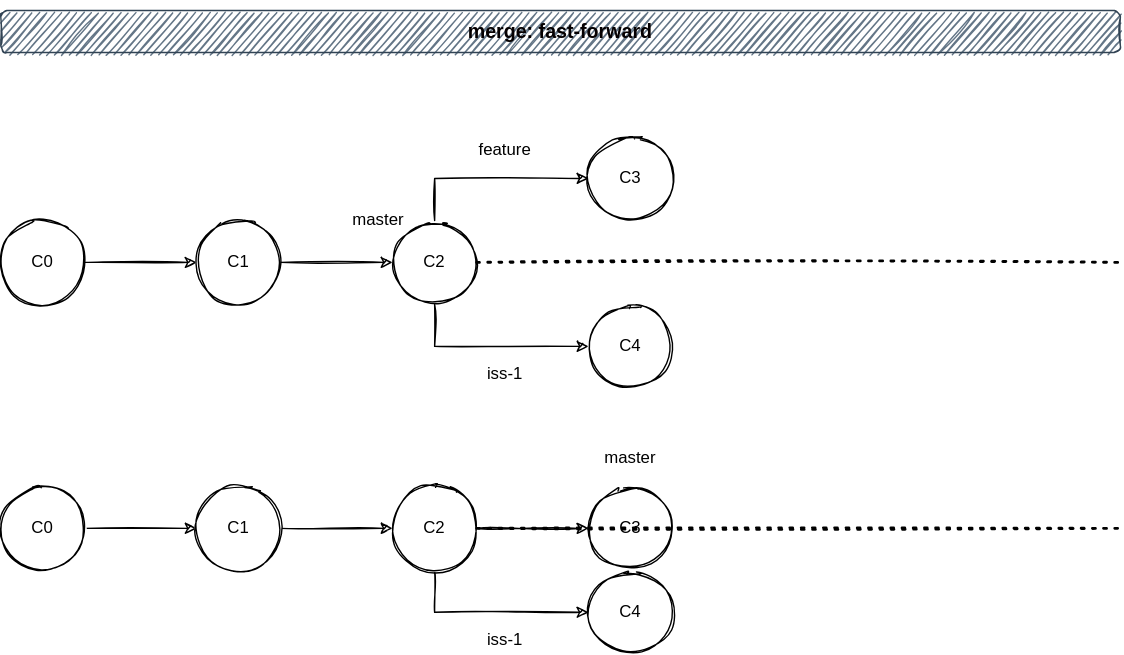
cd-home/Root keeps this draw.io diagram as 03-工作环境/images/merge.svg. Above is the earlier version. Source tidied: cells renumbered, new cells last; positions are measured from the earlier drawing's top-left corner, leaving out a move shared by most shapes.
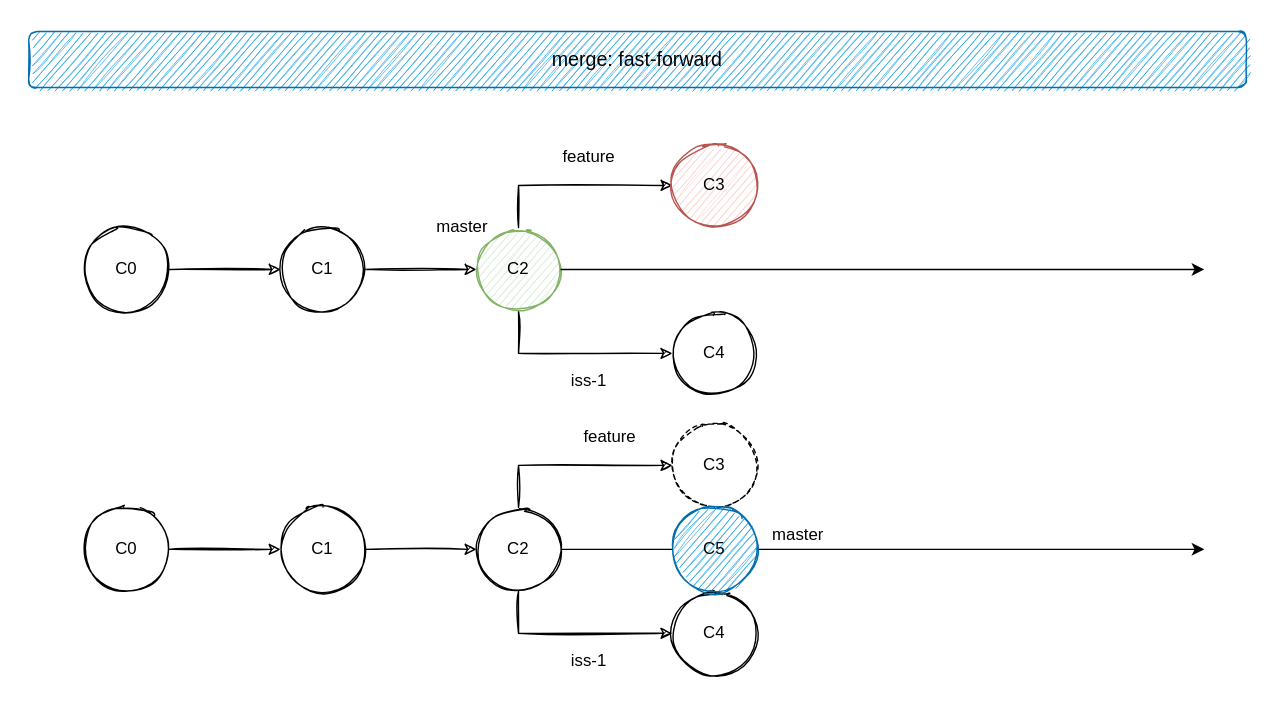
Later version of the same file.

Diff of the diagram source:
```diff
@@ -2,8 +2,8 @@
   <root>
     <mxCell id="0" />
     <mxCell id="1" parent="0" />
-    <mxCell id="2" value="&lt;h3&gt;&lt;font color=&quot;#050001&quot;&gt;merge: fast-forward&lt;/font&gt;&lt;/h3&gt;" style="rounded=1;whiteSpace=wrap;html=1;fillColor=#647687;strokeColor=#314354;fontColor=#ffffff;sketch=1;" parent="1" vertex="1">
-      <mxGeometry width="800" height="30" as="geometry" />
+    <mxCell id="2" value="&lt;h3&gt;&lt;font style=&quot;font-weight: normal;&quot; color=&quot;#050001&quot;&gt;merge: fast-forward&lt;/font&gt;&lt;/h3&gt;" style="rounded=1;whiteSpace=wrap;html=1;sketch=1;fillColor=#1ba1e2;fontColor=#ffffff;strokeColor=#006EAF;" parent="1" vertex="1">
+      <mxGeometry x="-40" y="10" width="870" height="40" as="geometry" />
     </mxCell>
     <mxCell id="3" style="edgeStyle=orthogonalEdgeStyle;rounded=0;jettySize=auto;html=1;sketch=1;" parent="1" edge="1" source="4" target="6">
       <mxGeometry relative="1" as="geometry" />
@@ -31,13 +31,13 @@
         </Array>
       </mxGeometry>
     </mxCell>
-    <mxCell id="9" value="C2" style="ellipse;whiteSpace=wrap;html=1;fillColor=#FFFFFF;sketch=1;" parent="1" vertex="1">
+    <mxCell id="9" value="C2" style="ellipse;whiteSpace=wrap;html=1;fillColor=#d5e8d4;sketch=1;strokeColor=#82b366;" parent="1" vertex="1">
       <mxGeometry x="280" y="150" width="60" height="60" as="geometry" />
     </mxCell>
     <mxCell id="10" value="C4" style="ellipse;whiteSpace=wrap;html=1;fillColor=#FFFFFF;sketch=1;" parent="1" vertex="1">
       <mxGeometry x="420" y="210" width="60" height="60" as="geometry" />
     </mxCell>
-    <mxCell id="11" value="C3" style="ellipse;whiteSpace=wrap;html=1;fillColor=#FFFFFF;sketch=1;" parent="1" vertex="1">
+    <mxCell id="11" value="C3" style="ellipse;whiteSpace=wrap;html=1;fillColor=#f8cecc;sketch=1;strokeColor=#b85450;" parent="1" vertex="1">
       <mxGeometry x="420" y="90" width="60" height="60" as="geometry" />
     </mxCell>
     <mxCell id="12" value="master" style="text;html=1;strokeColor=none;fillColor=none;align=center;verticalAlign=middle;whiteSpace=wrap;rounded=0;sketch=1;" parent="1" vertex="1">
@@ -49,57 +49,65 @@
     <mxCell id="14" value="iss-1" style="text;html=1;align=center;verticalAlign=middle;strokeColor=none;sketch=1;" parent="1" vertex="1">
       <mxGeometry x="340" y="250" width="40" height="20" as="geometry" />
     </mxCell>
-    <mxCell id="15" style="endArrow=none;dashed=1;html=1;dashPattern=1 3;strokeWidth=2;exitX=1;exitY=0.5;exitDx=0;exitDy=0;sketch=1;" parent="1" edge="1" source="9">
-      <mxGeometry relative="1" as="geometry">
-        <mxPoint x="800" y="180" as="targetPoint" />
-      </mxGeometry>
-    </mxCell>
+    <mxCell id="28" style="endArrow=classic;html=1;rounded=0;exitX=1;exitY=0.5;exitDx=0;exitDy=0;" parent="1" edge="1" source="9">
+      <mxGeometry relative="1" as="geometry">
+        <mxPoint x="800" y="180" as="targetPoint" />
+      </mxGeometry>
+    </mxCell>
     <mxCell id="16" style="edgeStyle=orthogonalEdgeStyle;rounded=0;jettySize=auto;html=1;sketch=1;" parent="1" edge="1" source="17" target="19">
       <mxGeometry relative="1" as="geometry" />
     </mxCell>
     <mxCell id="17" value="C0" style="ellipse;whiteSpace=wrap;html=1;fillColor=#FFFFFF;sketch=1;" parent="1" vertex="1">
-      <mxGeometry y="340" width="60" height="60" as="geometry" />
+      <mxGeometry y="350" width="60" height="60" as="geometry" />
     </mxCell>
     <mxCell id="18" style="edgeStyle=orthogonalEdgeStyle;rounded=0;jettySize=auto;html=1;sketch=1;" parent="1" edge="1" source="19" target="22">
       <mxGeometry relative="1" as="geometry" />
     </mxCell>
     <mxCell id="19" value="C1" style="ellipse;whiteSpace=wrap;html=1;fillColor=#FFFFFF;sketch=1;" parent="1" vertex="1">
-      <mxGeometry x="140" y="340" width="60" height="60" as="geometry" />
+      <mxGeometry x="140" y="350" width="60" height="60" as="geometry" />
     </mxCell>
     <mxCell id="20" style="edgeStyle=orthogonalEdgeStyle;rounded=0;jettySize=auto;html=1;exitX=0.5;exitY=1;exitDx=0;exitDy=0;entryX=0;entryY=0.5;entryDx=0;entryDy=0;sketch=1;" parent="1" edge="1" source="22" target="23">
       <mxGeometry relative="1" as="geometry">
         <Array as="points">
-          <mxPoint x="310" y="430" />
+          <mxPoint x="310" y="440" />
         </Array>
       </mxGeometry>
     </mxCell>
     <mxCell id="21" style="edgeStyle=orthogonalEdgeStyle;rounded=0;jettySize=auto;html=1;entryX=0;entryY=0.5;entryDx=0;entryDy=0;sketch=1;" parent="1" edge="1" source="22" target="24">
       <mxGeometry relative="1" as="geometry">
         <Array as="points">
-          <mxPoint x="370" y="370" />
-          <mxPoint x="370" y="370" />
+          <mxPoint x="310" y="320" />
         </Array>
       </mxGeometry>
     </mxCell>
-    <mxCell id="22" value="C2" style="ellipse;whiteSpace=wrap;html=1;fillColor=#FFFFFF;sketch=1;" parent="1" vertex="1">
-      <mxGeometry x="280" y="340" width="60" height="60" as="geometry" />
+    <mxCell id="22" value="C2" style="ellipse;whiteSpace=wrap;html=1;sketch=1;" parent="1" vertex="1">
+      <mxGeometry x="280" y="350" width="60" height="60" as="geometry" />
     </mxCell>
     <mxCell id="23" value="C4" style="ellipse;whiteSpace=wrap;html=1;fillColor=#FFFFFF;sketch=1;" parent="1" vertex="1">
-      <mxGeometry x="420" y="400" width="60" height="60" as="geometry" />
+      <mxGeometry x="420" y="410" width="60" height="60" as="geometry" />
     </mxCell>
-    <mxCell id="24" value="C3" style="ellipse;whiteSpace=wrap;html=1;fillColor=#FFFFFF;sketch=1;" parent="1" vertex="1">
-      <mxGeometry x="420" y="340" width="60" height="60" as="geometry" />
+    <mxCell id="24" value="C3" style="ellipse;whiteSpace=wrap;html=1;fillColor=#FFFFFF;sketch=1;dashed=1;" parent="1" vertex="1">
+      <mxGeometry x="420" y="290" width="60" height="60" as="geometry" />
     </mxCell>
     <mxCell id="25" value="master" style="text;html=1;strokeColor=none;fillColor=none;align=center;verticalAlign=middle;whiteSpace=wrap;rounded=0;sketch=1;" parent="1" vertex="1">
-      <mxGeometry x="430" y="310" width="40" height="20" as="geometry" />
+      <mxGeometry x="490" y="360" width="40" height="20" as="geometry" />
     </mxCell>
+    <mxCell id="29" value="feature" style="text;html=1;align=center;verticalAlign=middle;strokeColor=none;sketch=1;" parent="1" vertex="1">
+      <mxGeometry x="350" y="290" width="50" height="20" as="geometry" />
+    </mxCell>
     <mxCell id="26" value="iss-1" style="text;html=1;align=center;verticalAlign=middle;strokeColor=none;sketch=1;" parent="1" vertex="1">
-      <mxGeometry x="340" y="440" width="40" height="20" as="geometry" />
+      <mxGeometry x="340" y="450" width="40" height="20" as="geometry" />
     </mxCell>
-    <mxCell id="27" style="endArrow=none;dashed=1;html=1;dashPattern=1 3;strokeWidth=2;exitX=1;exitY=0.5;exitDx=0;exitDy=0;sketch=1;" parent="1" edge="1" source="22">
-      <mxGeometry relative="1" as="geometry">
-        <mxPoint x="800" y="370" as="targetPoint" />
-      </mxGeometry>
-    </mxCell>
+    <mxCell id="30" style="endArrow=classic;html=1;rounded=0;exitX=1;exitY=0.5;exitDx=0;exitDy=0;startArrow=none;" parent="1" edge="1" source="31">
+      <mxGeometry relative="1" as="geometry">
+        <mxPoint x="800" y="380" as="targetPoint" />
+      </mxGeometry>
+    </mxCell>
+    <mxCell id="31" value="&lt;font color=&quot;#050505&quot;&gt;C5&lt;/font&gt;" style="ellipse;whiteSpace=wrap;html=1;fillColor=#1ba1e2;sketch=1;fontColor=#ffffff;strokeColor=#006EAF;" parent="1" vertex="1">
+      <mxGeometry x="420" y="350" width="60" height="60" as="geometry" />
+    </mxCell>
+    <mxCell id="32" style="endArrow=none;html=1;rounded=0;exitX=1;exitY=0.5;exitDx=0;exitDy=0;" parent="1" edge="1" source="22" target="31">
+      <mxGeometry relative="1" as="geometry" />
+    </mxCell>
   </root>
 </mxGraphModel>
```
